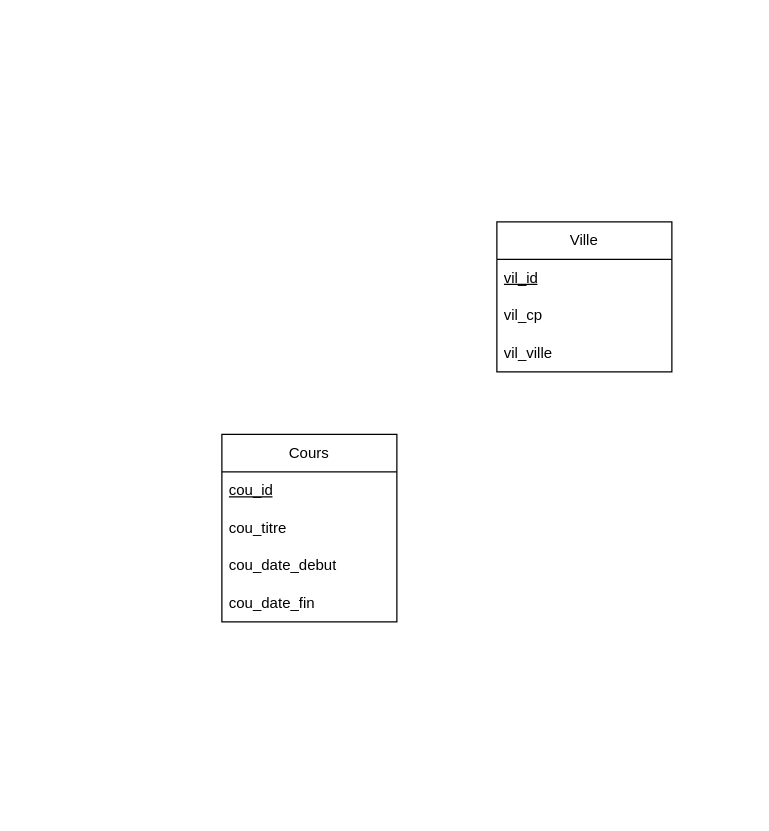
Above: MCD_Gestion_Salle_Sport.drawio in Mzk-Ali/EXO_M2I_MERISE (draw.io), before the change. Source tidied: cells renumbered, new cells numbered last; positions are measured from the earlier drawing's top-left corner, leaving out a move shared by most shapes. Both pictures are drawn from the tidied source at 125%, with x=0, y=0 at pixel (221, 221).
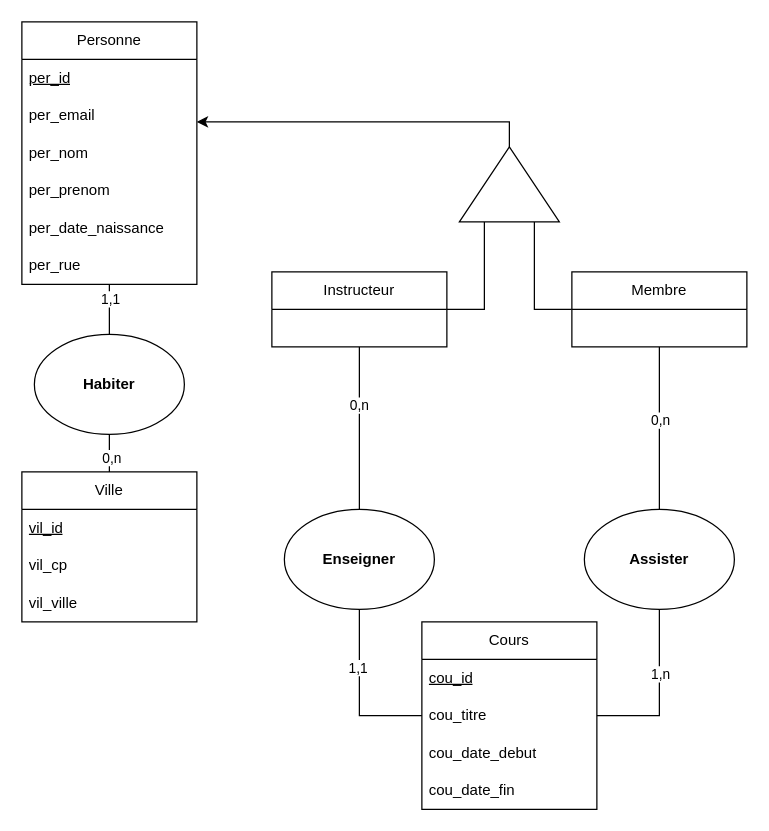
Above is the later version.

Commit message (it also covers changes not shown here):
Mettre à jour MCD_Gestion_Salle_Sport.drawio

Unchanged cells that the change refers to:
```xml
<mxCell id="4" value="cou_titre" style="text;strokeColor=none;fillColor=none;align=left;verticalAlign=middle;spacingLeft=4;spacingRight=4;overflow=hidden;points=[[0,0.5],[1,0.5]];portConstraint=eastwest;whiteSpace=wrap;html=1;" parent="2" vertex="1">
  <mxGeometry y="60" width="140" height="30" as="geometry" />
</mxCell>
```

What changed in the source:
```diff
@@
+    <mxCell id="11" style="edgeStyle=orthogonalEdgeStyle;rounded=0;jettySize=auto;html=1;entryX=0.5;entryY=1;entryDx=0;entryDy=0;exitX=1;exitY=0.5;exitDx=0;exitDy=0;endArrow=none;startFill=0;" parent="1" edge="1" source="4" target="37">
+      <mxGeometry relative="1" as="geometry" />
+    </mxCell>
+    <mxCell id="12" value="1,n" style="edgeLabel;html=1;align=center;verticalAlign=middle;" parent="11" vertex="1">
+      <mxGeometry x="0.24" relative="1" as="geometry" />
+    </mxCell>
+    <mxCell id="13" style="edgeStyle=orthogonalEdgeStyle;rounded=0;jettySize=auto;html=1;entryX=0.5;entryY=1;entryDx=0;entryDy=0;exitX=0;exitY=0.5;exitDx=0;exitDy=0;endArrow=none;startFill=0;" parent="1" edge="1" source="4" target="38">
+      <mxGeometry relative="1" as="geometry" />
+    </mxCell>
+    <mxCell id="14" value="1,1" style="edgeLabel;html=1;align=center;verticalAlign=middle;" parent="13" vertex="1">
+      <mxGeometry x="0.32" y="2" relative="1" as="geometry" />
+    </mxCell>
     <mxCell id="2" value="Cours" style="swimlane;fontStyle=0;horizontal=1;startSize=30;whiteSpace=wrap;html=1;" parent="1" vertex="1">
-      <mxGeometry y="170" width="140" height="150" as="geometry" />
+      <mxGeometry x="160" y="320" width="140" height="150" as="geometry" />
     </mxCell>
@@
+    <mxCell id="15" style="edgeStyle=orthogonalEdgeStyle;rounded=0;jettySize=auto;html=1;entryX=0.5;entryY=1;entryDx=0;entryDy=0;endArrow=none;startFill=0;" parent="1" edge="1" source="7" target="35">
+      <mxGeometry relative="1" as="geometry" />
+    </mxCell>
+    <mxCell id="16" value="0,n" style="edgeLabel;html=1;align=center;verticalAlign=middle;" parent="15" vertex="1">
+      <mxGeometry x="0.28" y="-1" relative="1" as="geometry" />
+    </mxCell>
     <mxCell id="7" value="Ville" style="swimlane;fontStyle=0;horizontal=1;startSize=30;whiteSpace=wrap;html=1;" parent="1" vertex="1">
-      <mxGeometry x="220" width="140" height="120" as="geometry" />
+      <mxGeometry x="-160" y="200" width="140" height="120" as="geometry" />
     </mxCell>
@@
+    <mxCell id="17" style="edgeStyle=orthogonalEdgeStyle;rounded=0;jettySize=auto;html=1;entryX=0.5;entryY=0;entryDx=0;entryDy=0;endArrow=none;startFill=0;" parent="1" edge="1" source="20" target="35">
+      <mxGeometry relative="1" as="geometry" />
+    </mxCell>
+    <mxCell id="18" value="1,1" style="edgeLabel;html=1;align=center;verticalAlign=middle;" parent="17" vertex="1">
+      <mxGeometry x="-0.45" relative="1" as="geometry" />
+    </mxCell>
+    <mxCell id="19" style="edgeStyle=orthogonalEdgeStyle;rounded=0;jettySize=auto;html=1;endArrow=classic;startFill=0;endFill=1;exitX=1;exitY=0.5;exitDx=0;exitDy=0;" parent="1" edge="1" source="36" target="20">
+      <mxGeometry relative="1" as="geometry">
+        <Array as="points">
+          <mxPoint x="230" y="-80" />
+        </Array>
+      </mxGeometry>
+    </mxCell>
+    <mxCell id="20" value="Personne" style="swimlane;fontStyle=0;horizontal=1;startSize=30;whiteSpace=wrap;html=1;" parent="1" vertex="1">
+      <mxGeometry x="-160" y="-160" width="140" height="210" as="geometry" />
+    </mxCell>
+    <mxCell id="21" value="&lt;u&gt;per_id&lt;/u&gt;" style="text;strokeColor=none;fillColor=none;align=left;verticalAlign=middle;spacingLeft=4;spacingRight=4;overflow=hidden;whiteSpace=wrap;html=1;" parent="20" vertex="1">
+      <mxGeometry y="30" width="140" height="30" as="geometry" />
+    </mxCell>
+    <mxCell id="22" value="per_email" style="text;strokeColor=none;fillColor=none;align=left;verticalAlign=middle;spacingLeft=4;spacingRight=4;overflow=hidden;whiteSpace=wrap;html=1;" parent="20" vertex="1">
+      <mxGeometry y="60" width="140" height="30" as="geometry" />
+    </mxCell>
+    <mxCell id="23" value="per_nom" style="text;strokeColor=none;fillColor=none;align=left;verticalAlign=middle;spacingLeft=4;spacingRight=4;overflow=hidden;whiteSpace=wrap;html=1;" parent="20" vertex="1">
+      <mxGeometry y="90" width="140" height="30" as="geometry" />
+    </mxCell>
+    <mxCell id="24" value="per_prenom" style="text;strokeColor=none;fillColor=none;align=left;verticalAlign=middle;spacingLeft=4;spacingRight=4;overflow=hidden;whiteSpace=wrap;html=1;" parent="20" vertex="1">
+      <mxGeometry y="120" width="140" height="30" as="geometry" />
+    </mxCell>
+    <mxCell id="25" value="per_date_naissance" style="text;strokeColor=none;fillColor=none;align=left;verticalAlign=middle;spacingLeft=4;spacingRight=4;overflow=hidden;whiteSpace=wrap;html=1;" parent="20" vertex="1">
+      <mxGeometry y="150" width="140" height="30" as="geometry" />
+    </mxCell>
+    <mxCell id="26" value="per_rue" style="text;strokeColor=none;fillColor=none;align=left;verticalAlign=middle;spacingLeft=4;spacingRight=4;overflow=hidden;whiteSpace=wrap;html=1;" parent="20" vertex="1">
+      <mxGeometry y="180" width="140" height="30" as="geometry" />
+    </mxCell>
+    <mxCell id="27" style="edgeStyle=orthogonalEdgeStyle;rounded=0;jettySize=auto;html=1;entryX=0;entryY=0.75;entryDx=0;entryDy=0;endArrow=none;startFill=0;" parent="1" edge="1" source="30" target="36">
+      <mxGeometry relative="1" as="geometry" />
+    </mxCell>
+    <mxCell id="28" style="edgeStyle=orthogonalEdgeStyle;rounded=0;jettySize=auto;html=1;entryX=0.5;entryY=0;entryDx=0;entryDy=0;endArrow=none;startFill=0;" parent="1" edge="1" source="30" target="37">
+      <mxGeometry relative="1" as="geometry" />
+    </mxCell>
+    <mxCell id="29" value="0,n" style="edgeLabel;html=1;align=center;verticalAlign=middle;" parent="28" vertex="1">
+      <mxGeometry x="-0.11" relative="1" as="geometry" />
+    </mxCell>
+    <mxCell id="30" value="Membre" style="swimlane;fontStyle=0;horizontal=1;startSize=30;whiteSpace=wrap;html=1;" parent="1" vertex="1">
+      <mxGeometry x="280" y="40" width="140" height="60" as="geometry" />
+    </mxCell>
+    <mxCell id="31" style="edgeStyle=orthogonalEdgeStyle;rounded=0;jettySize=auto;html=1;entryX=0;entryY=0.25;entryDx=0;entryDy=0;endArrow=none;startFill=0;" parent="1" edge="1" source="34" target="36">
+      <mxGeometry relative="1" as="geometry" />
+    </mxCell>
+    <mxCell id="32" style="edgeStyle=orthogonalEdgeStyle;rounded=0;jettySize=auto;html=1;entryX=0.5;entryY=0;entryDx=0;entryDy=0;endArrow=none;startFill=0;" parent="1" edge="1" source="34" target="38">
+      <mxGeometry relative="1" as="geometry" />
+    </mxCell>
+    <mxCell id="33" value="0,n" style="edgeLabel;html=1;align=center;verticalAlign=middle;" parent="32" vertex="1">
+      <mxGeometry x="-0.29" y="-1" relative="1" as="geometry" />
+    </mxCell>
+    <mxCell id="34" value="Instructeur" style="swimlane;fontStyle=0;horizontal=1;startSize=30;whiteSpace=wrap;html=1;" parent="1" vertex="1">
+      <mxGeometry x="40" y="40" width="140" height="60" as="geometry" />
+    </mxCell>
+    <mxCell id="35" value="&lt;b&gt;Habiter&lt;/b&gt;" style="ellipse;whiteSpace=wrap;html=1;" parent="1" vertex="1">
+      <mxGeometry x="-150" y="90" width="120" height="80" as="geometry" />
+    </mxCell>
+    <mxCell id="36" style="triangle;whiteSpace=wrap;html=1;rotation=-90;" parent="1" vertex="1">
+      <mxGeometry x="200" y="-70" width="60" height="80" as="geometry" />
+    </mxCell>
+    <mxCell id="37" value="&lt;b&gt;Assister&lt;/b&gt;" style="ellipse;whiteSpace=wrap;html=1;" parent="1" vertex="1">
+      <mxGeometry x="290" y="230" width="120" height="80" as="geometry" />
+    </mxCell>
+    <mxCell id="38" value="&lt;b&gt;Enseigner&lt;/b&gt;" style="ellipse;whiteSpace=wrap;html=1;" parent="1" vertex="1">
+      <mxGeometry x="50" y="230" width="120" height="80" as="geometry" />
+    </mxCell>
```
